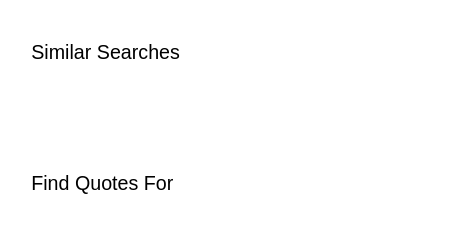
This is drawio/internal_links_find_quotes_for.drawio from VisableHarry/seo-drawio, a draw.io file, before an edit. Source tidied: cells renumbered, new cells numbered last; positions are measured from the earlier drawing's top-left corner, leaving out a move shared by most shapes. Both pictures are drawn from the tidied source at 164%, with x=0, y=0 at pixel (28, 28).
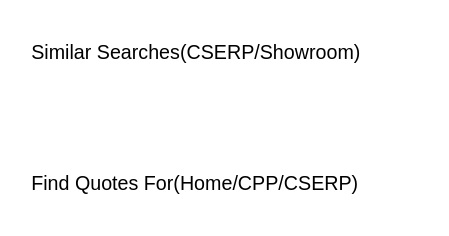
The same diagram, later.

What changed in the source:
```diff
@@
 <mxGraphModel>
   <root>
     <mxCell id="0" />
     <mxCell id="1" parent="0" />
-    <mxCell id="2" value="Similar Searches" style="text;html=1;align=left;verticalAlign=middle;whiteSpace=wrap;rounded=0;" parent="1" vertex="1">
-      <mxGeometry width="120" height="30" as="geometry" />
+    <mxCell id="2" value="Similar Searches(CSERP/Showroom)" style="text;html=1;align=left;verticalAlign=middle;whiteSpace=wrap;rounded=0;" parent="1" vertex="1">
+      <mxGeometry width="240" height="30" as="geometry" />
     </mxCell>
-    <mxCell id="3" value="Find Quotes For" style="text;html=1;align=left;verticalAlign=middle;whiteSpace=wrap;rounded=0;" parent="1" vertex="1">
-      <mxGeometry y="80" width="120" height="30" as="geometry" />
+    <mxCell id="3" value="Find Quotes For(Home/CPP/CSERP)" style="text;html=1;align=left;verticalAlign=middle;whiteSpace=wrap;rounded=0;" parent="1" vertex="1">
+      <mxGeometry y="80" width="240" height="30" as="geometry" />
     </mxCell>
   </root>
 </mxGraphModel>
```
